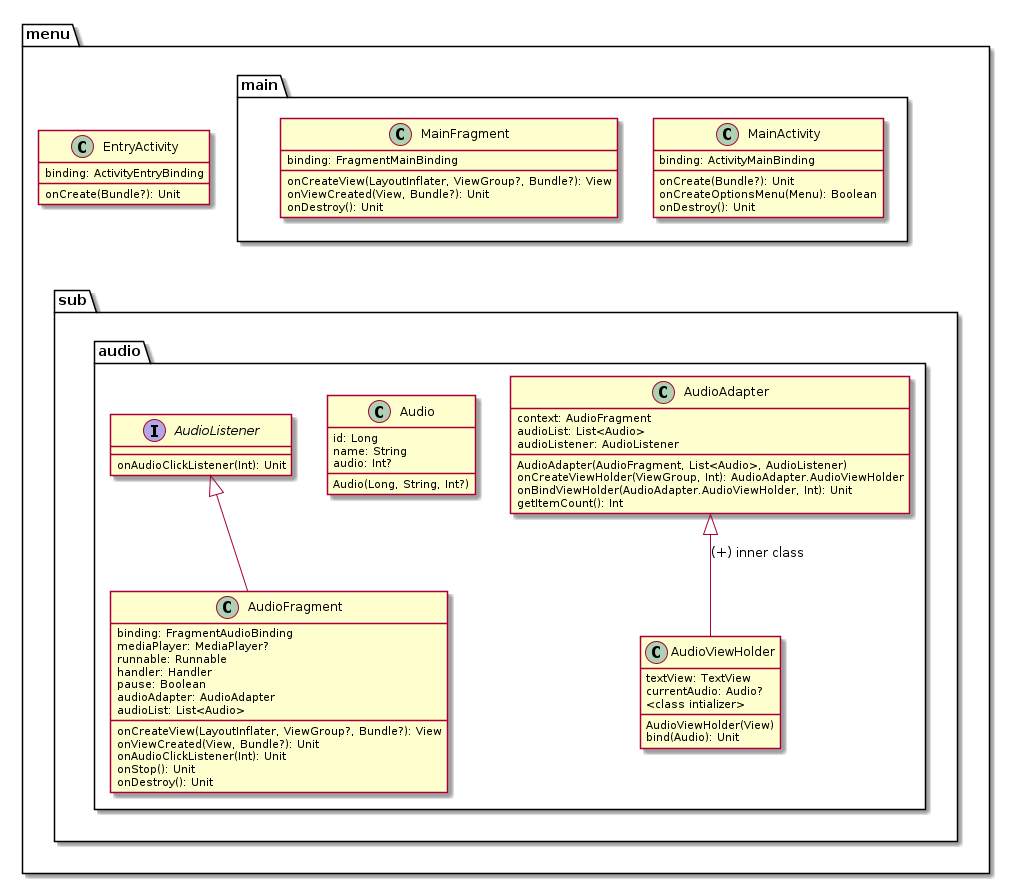
Above: Documents/classesAudioUML.png in vertigonale/botify2 (PlantUML), before the change. The source it was exported from:
```plantuml
@startuml

package "menu" {

    class EntryActivity {
        binding: ActivityEntryBinding
        onCreate(Bundle?): Unit
    }

    package "main" {

        class MainActivity {
            binding: ActivityMainBinding
            onCreate(Bundle?): Unit
            onCreateOptionsMenu(Menu): Boolean
            onDestroy(): Unit
        }

        class MainFragment {
            binding: FragmentMainBinding
            onCreateView(LayoutInflater, ViewGroup?, Bundle?): View
            onViewCreated(View, Bundle?): Unit
            onDestroy(): Unit
        }
    }

    package "sub" {
        package "audio" {

            class AudioFragment {
                binding: FragmentAudioBinding
                mediaPlayer: MediaPlayer?
                runnable: Runnable
                handler: Handler
                pause: Boolean
                audioAdapter: AudioAdapter
                audioList: List<Audio>
                onCreateView(LayoutInflater, ViewGroup?, Bundle?): View
                onViewCreated(View, Bundle?): Unit
                onAudioClickListener(Int): Unit
                onStop(): Unit
                onDestroy(): Unit
            }

            class AudioAdapter {
                context: AudioFragment
                audioList: List<Audio>
                audioListener: AudioListener
                AudioAdapter(AudioFragment, List<Audio>, AudioListener)
                onCreateViewHolder(ViewGroup, Int): AudioAdapter.AudioViewHolder
                onBindViewHolder(AudioAdapter.AudioViewHolder, Int): Unit
                getItemCount(): Int
            }

            class AudioViewHolder {
                textView: TextView
                currentAudio: Audio?
                <class intializer>
                AudioViewHolder(View)
                bind(Audio): Unit
            }

            class Audio {
                id: Long
                name: String
                audio: Int?
                Audio(Long, String, Int?)
            }

            interface AudioListener {
                onAudioClickListener(Int): Unit
            }
        }
    }
}

    AudioListener <|-- AudioFragment
    AudioAdapter <|-- AudioViewHolder : (+) inner class

    main-down[hidden]-sub
@enduml
```
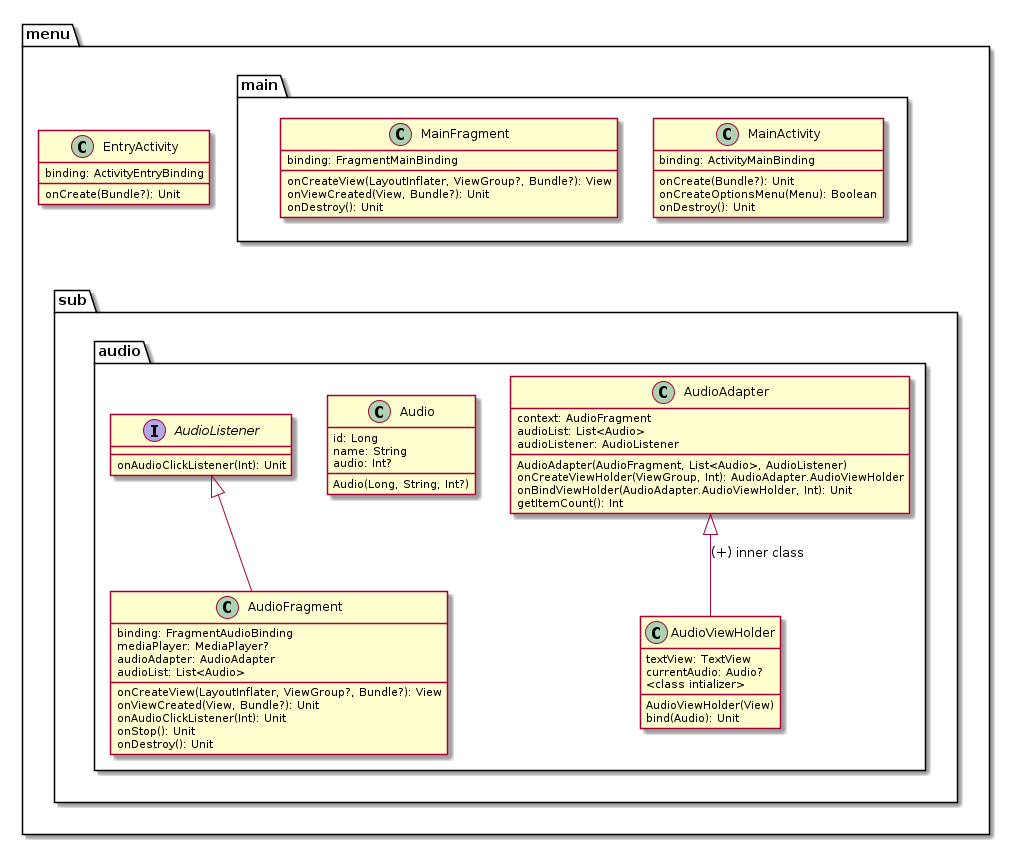
The same diagram one commit later.

Change to the diagram source:
```diff
@@ -30,9 +30,6 @@
             class AudioFragment {
                 binding: FragmentAudioBinding
                 mediaPlayer: MediaPlayer?
-                runnable: Runnable
-                handler: Handler
-                pause: Boolean
                 audioAdapter: AudioAdapter
                 audioList: List<Audio>
                 onCreateView(LayoutInflater, ViewGroup?, Bundle?): View
```
